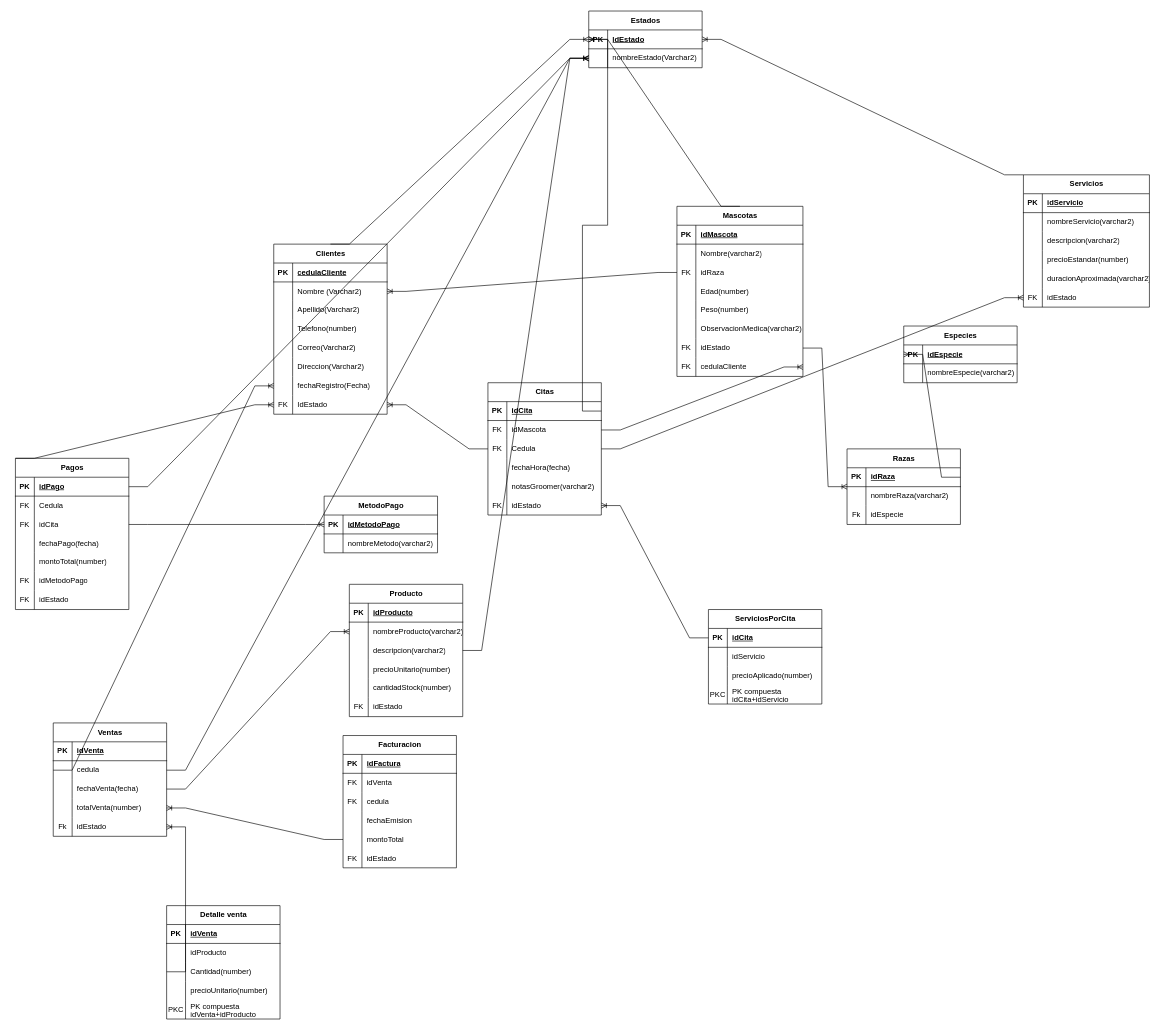
StimpyCR/DrawiIO keeps this draw.io diagram as Diagrama tarea1 L BD.drawio. Above is the earlier version. Source tidied: cells renumbered, new cells numbered last; positions are measured from the earlier drawing's top-left corner, leaving out a move shared by most shapes. Both pictures are drawn from the tidied source at 63%, with x=0, y=0 at pixel (15, 11).
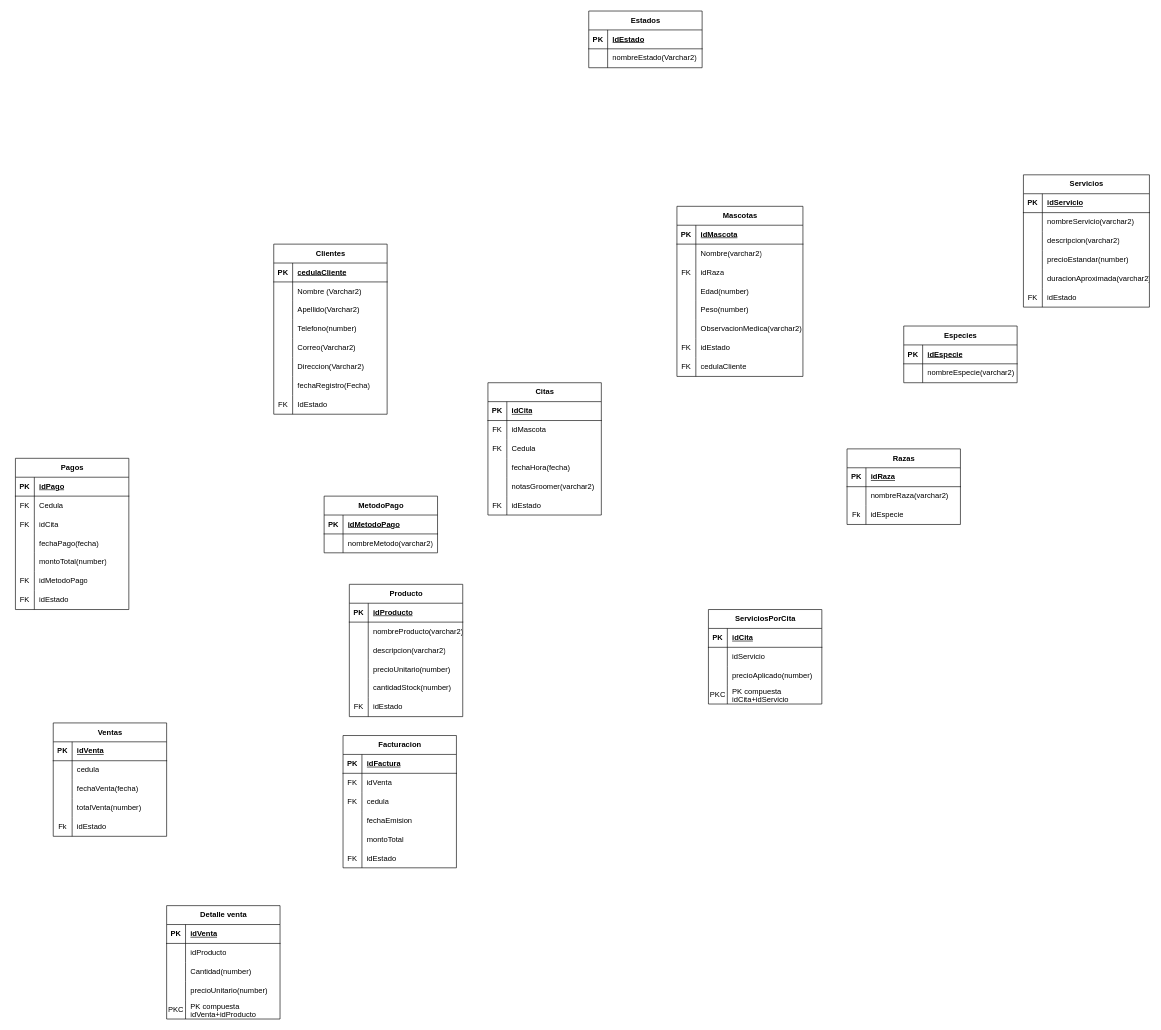
After the change.

Unchanged cells that the change refers to:
```xml
<mxCell id="2" value="Clientes" style="shape=table;startSize=30;childLayout=tableLayout;rowLines=0;fontStyle=1;align=center;html=1;" parent="1" vertex="1">
<mxCell id="6" style="shape=tableRow;horizontal=0;startSize=0;swimlaneHead=0;swimlaneBody=0;fillColor=none;points=[[0,0.5],[1,0.5]];portConstraint=eastwest;top=0;left=0;right=0;bottom=0;" parent="2" vertex="1">
<mxCell id="21" style="shape=tableRow;horizontal=0;startSize=0;swimlaneHead=0;swimlaneBody=0;fillColor=none;points=[[0,0.5],[1,0.5]];portConstraint=eastwest;top=0;left=0;right=0;bottom=0;" parent="2" vertex="1">
<mxCell id="24" style="shape=tableRow;horizontal=0;startSize=0;swimlaneHead=0;swimlaneBody=0;fillColor=none;points=[[0,0.5],[1,0.5]];portConstraint=eastwest;top=0;left=0;right=0;bottom=0;" parent="2" vertex="1">
<mxCell id="28" style="shape=tableRow;horizontal=0;startSize=0;swimlaneHead=0;swimlaneBody=0;fillColor=none;points=[[0,0.5],[1,0.5]];portConstraint=eastwest;top=0;left=0;right=0;bottom=1;" parent="27" vertex="1">
<mxCell id="31" style="shape=tableRow;horizontal=0;startSize=0;swimlaneHead=0;swimlaneBody=0;fillColor=none;points=[[0,0.5],[1,0.5]];portConstraint=eastwest;top=0;left=0;right=0;bottom=0;" parent="27" vertex="1">
<mxCell id="34" value="Razas" style="shape=table;startSize=30;childLayout=tableLayout;rowLines=0;fontStyle=1;align=center;html=1;" parent="1" vertex="1">
<mxCell id="35" style="shape=tableRow;horizontal=0;startSize=0;swimlaneHead=0;swimlaneBody=0;fillColor=none;points=[[0,0.5],[1,0.5]];portConstraint=eastwest;top=0;left=0;right=0;bottom=1;" parent="34" vertex="1">
<mxCell id="45" style="shape=tableRow;horizontal=0;startSize=0;swimlaneHead=0;swimlaneBody=0;fillColor=none;points=[[0,0.5],[1,0.5]];portConstraint=eastwest;top=0;left=0;right=0;bottom=1;" parent="44" vertex="1">
<mxCell id="48" style="shape=tableRow;horizontal=0;startSize=0;swimlaneHead=0;swimlaneBody=0;fillColor=none;points=[[0,0.5],[1,0.5]];portConstraint=eastwest;top=0;left=0;right=0;bottom=0;" parent="44" vertex="1">
<mxCell id="51" style="shape=tableRow;horizontal=0;startSize=0;swimlaneHead=0;swimlaneBody=0;fillColor=none;points=[[0,0.5],[1,0.5]];portConstraint=eastwest;top=0;left=0;right=0;bottom=0;" parent="44" vertex="1">
<mxCell id="60" style="shape=tableRow;horizontal=0;startSize=0;swimlaneHead=0;swimlaneBody=0;fillColor=none;points=[[0,0.5],[1,0.5]];portConstraint=eastwest;top=0;left=0;right=0;bottom=0;" parent="44" vertex="1">
<mxCell id="63" value="Servicios" style="shape=table;startSize=30;childLayout=tableLayout;rowLines=0;fontStyle=1;align=center;html=1;" parent="1" vertex="1">
<mxCell id="79" style="shape=tableRow;horizontal=0;startSize=0;swimlaneHead=0;swimlaneBody=0;fillColor=none;points=[[0,0.5],[1,0.5]];portConstraint=eastwest;top=0;left=0;right=0;bottom=0;" parent="63" vertex="1">
<mxCell id="83" style="shape=tableRow;horizontal=0;startSize=0;swimlaneHead=0;swimlaneBody=0;fillColor=none;points=[[0,0.5],[1,0.5]];portConstraint=eastwest;top=0;left=0;right=0;bottom=1;" parent="82" vertex="1">
<mxCell id="95" value="Pagos" style="shape=table;startSize=30;childLayout=tableLayout;rowLines=0;fontStyle=1;align=center;html=1;" parent="1" vertex="1">
<mxCell id="96" style="shape=tableRow;horizontal=0;startSize=0;swimlaneHead=0;swimlaneBody=0;fillColor=none;points=[[0,0.5],[1,0.5]];portConstraint=eastwest;top=0;left=0;right=0;bottom=1;" parent="95" vertex="1">
<mxCell id="102" style="shape=tableRow;horizontal=0;startSize=0;swimlaneHead=0;swimlaneBody=0;fillColor=none;points=[[0,0.5],[1,0.5]];portConstraint=eastwest;top=0;left=0;right=0;bottom=0;" parent="95" vertex="1">
<mxCell id="118" style="shape=tableRow;horizontal=0;startSize=0;swimlaneHead=0;swimlaneBody=0;fillColor=none;points=[[0,0.5],[1,0.5]];portConstraint=eastwest;top=0;left=0;right=0;bottom=1;" parent="117" vertex="1">
<mxCell id="128" style="shape=tableRow;horizontal=0;startSize=0;swimlaneHead=0;swimlaneBody=0;fillColor=none;points=[[0,0.5],[1,0.5]];portConstraint=eastwest;top=0;left=0;right=0;bottom=0;" parent="124" vertex="1">
<mxCell id="131" style="shape=tableRow;horizontal=0;startSize=0;swimlaneHead=0;swimlaneBody=0;fillColor=none;points=[[0,0.5],[1,0.5]];portConstraint=eastwest;top=0;left=0;right=0;bottom=0;" parent="124" vertex="1">
<mxCell id="147" style="shape=tableRow;horizontal=0;startSize=0;swimlaneHead=0;swimlaneBody=0;fillColor=none;points=[[0,0.5],[1,0.5]];portConstraint=eastwest;top=0;left=0;right=0;bottom=0;" parent="143" vertex="1">
<mxCell id="150" style="shape=tableRow;horizontal=0;startSize=0;swimlaneHead=0;swimlaneBody=0;fillColor=none;points=[[0,0.5],[1,0.5]];portConstraint=eastwest;top=0;left=0;right=0;bottom=0;" parent="143" vertex="1">
<mxCell id="153" style="shape=tableRow;horizontal=0;startSize=0;swimlaneHead=0;swimlaneBody=0;fillColor=none;points=[[0,0.5],[1,0.5]];portConstraint=eastwest;top=0;left=0;right=0;bottom=0;" parent="143" vertex="1">
<mxCell id="156" style="shape=tableRow;horizontal=0;startSize=0;swimlaneHead=0;swimlaneBody=0;fillColor=none;points=[[0,0.5],[1,0.5]];portConstraint=eastwest;top=0;left=0;right=0;bottom=0;" parent="143" vertex="1">
<mxCell id="166" style="shape=tableRow;horizontal=0;startSize=0;swimlaneHead=0;swimlaneBody=0;fillColor=none;points=[[0,0.5],[1,0.5]];portConstraint=eastwest;top=0;left=0;right=0;bottom=0;" parent="159" vertex="1">
<mxCell id="188" style="shape=tableRow;horizontal=0;startSize=0;swimlaneHead=0;swimlaneBody=0;fillColor=none;points=[[0,0.5],[1,0.5]];portConstraint=eastwest;top=0;left=0;right=0;bottom=0;" parent="175" vertex="1">
<mxCell id="195" value="Mascotas" style="shape=table;startSize=30;childLayout=tableLayout;rowLines=0;fontStyle=1;align=center;html=1;" parent="1" vertex="1">
<mxCell id="202" style="shape=tableRow;horizontal=0;startSize=0;swimlaneHead=0;swimlaneBody=0;fillColor=none;points=[[0,0.5],[1,0.5]];portConstraint=eastwest;top=0;left=0;right=0;bottom=0;" parent="195" vertex="1">
<mxCell id="214" style="shape=tableRow;horizontal=0;startSize=0;swimlaneHead=0;swimlaneBody=0;fillColor=none;points=[[0,0.5],[1,0.5]];portConstraint=eastwest;top=0;left=0;right=0;bottom=0;" parent="195" vertex="1">
<mxCell id="217" style="shape=tableRow;horizontal=0;startSize=0;swimlaneHead=0;swimlaneBody=0;fillColor=none;points=[[0,0.5],[1,0.5]];portConstraint=eastwest;top=0;left=0;right=0;bottom=0;" parent="195" vertex="1">
<mxCell id="223" style="shape=tableRow;horizontal=0;startSize=0;swimlaneHead=0;swimlaneBody=0;fillColor=none;points=[[0,0.5],[1,0.5]];portConstraint=eastwest;top=0;left=0;right=0;bottom=1;" parent="222" vertex="1">
```

The edit, as a diff of the source:
```diff
@@
-    <mxCell id="194" style="edgeStyle=entityRelationEdgeStyle;fontSize=12;html=1;endArrow=ERoneToMany;rounded=0;exitX=0.5;exitY=0;exitDx=0;exitDy=0;entryX=0;entryY=0.5;entryDx=0;entryDy=0;" parent="1" edge="1" source="2" target="28">
-      <mxGeometry relative="1" as="geometry" />
-    </mxCell>
@@
-    <mxCell id="220" style="edgeStyle=entityRelationEdgeStyle;fontSize=12;html=1;endArrow=ERoneToMany;rounded=0;exitX=0;exitY=0.5;exitDx=0;exitDy=0;entryX=1;entryY=0.5;entryDx=0;entryDy=0;" parent="1" edge="1" source="202" target="6">
-      <mxGeometry relative="1" as="geometry" />
-    </mxCell>
-    <mxCell id="221" style="edgeStyle=entityRelationEdgeStyle;fontSize=12;html=1;endArrow=ERoneToMany;rounded=0;exitX=1;exitY=0.5;exitDx=0;exitDy=0;entryX=0;entryY=0.5;entryDx=0;entryDy=0;" parent="1" edge="1" source="214" target="34">
-      <mxGeometry relative="1" as="geometry" />
-    </mxCell>
@@
-    <mxCell id="229" style="edgeStyle=entityRelationEdgeStyle;fontSize=12;html=1;endArrow=ERoneToMany;rounded=0;exitX=0.5;exitY=0;exitDx=0;exitDy=0;entryX=0;entryY=0.5;entryDx=0;entryDy=0;" parent="1" edge="1" source="195" target="28">
-      <mxGeometry relative="1" as="geometry" />
-    </mxCell>
-    <mxCell id="230" style="edgeStyle=entityRelationEdgeStyle;fontSize=12;html=1;endArrow=ERoneToMany;rounded=0;exitX=1;exitY=0.5;exitDx=0;exitDy=0;entryX=0;entryY=0.5;entryDx=0;entryDy=0;" parent="1" edge="1" source="35" target="223">
-      <mxGeometry relative="1" as="geometry" />
-    </mxCell>
-    <mxCell id="231" style="edgeStyle=entityRelationEdgeStyle;fontSize=12;html=1;endArrow=ERoneToMany;rounded=0;exitX=1;exitY=0.5;exitDx=0;exitDy=0;entryX=1;entryY=0.5;entryDx=0;entryDy=0;" parent="1" edge="1" source="48" target="217">
-      <mxGeometry relative="1" as="geometry" />
-    </mxCell>
-    <mxCell id="232" style="edgeStyle=entityRelationEdgeStyle;fontSize=12;html=1;endArrow=ERoneToMany;rounded=0;exitX=0;exitY=0.5;exitDx=0;exitDy=0;entryX=1;entryY=0.5;entryDx=0;entryDy=0;" parent="1" edge="1" source="51" target="24">
-      <mxGeometry relative="1" as="geometry" />
-    </mxCell>
-    <mxCell id="233" style="edgeStyle=entityRelationEdgeStyle;fontSize=12;html=1;endArrow=ERoneToMany;rounded=0;exitX=1;exitY=0.5;exitDx=0;exitDy=0;entryX=0;entryY=0.5;entryDx=0;entryDy=0;" parent="1" edge="1" source="45" target="28">
-      <mxGeometry relative="1" as="geometry" />
-    </mxCell>
-    <mxCell id="234" style="edgeStyle=entityRelationEdgeStyle;fontSize=12;html=1;endArrow=ERoneToMany;rounded=0;exitX=0;exitY=0;exitDx=0;exitDy=0;entryX=1;entryY=0.5;entryDx=0;entryDy=0;" parent="1" edge="1" source="63" target="28">
-      <mxGeometry relative="1" as="geometry" />
-    </mxCell>
-    <mxCell id="235" style="edgeStyle=entityRelationEdgeStyle;fontSize=12;html=1;endArrow=ERoneToMany;rounded=0;exitX=0;exitY=0.5;exitDx=0;exitDy=0;entryX=1;entryY=0.5;entryDx=0;entryDy=0;" parent="1" edge="1" source="83" target="60">
-      <mxGeometry relative="1" as="geometry" />
-    </mxCell>
-    <mxCell id="236" style="edgeStyle=entityRelationEdgeStyle;fontSize=12;html=1;endArrow=ERoneToMany;rounded=0;exitX=1;exitY=0.5;exitDx=0;exitDy=0;entryX=0;entryY=0.5;entryDx=0;entryDy=0;" parent="1" edge="1" source="51" target="79">
-      <mxGeometry relative="1" as="geometry" />
-    </mxCell>
-    <mxCell id="237" style="edgeStyle=entityRelationEdgeStyle;fontSize=12;html=1;endArrow=ERoneToMany;rounded=0;exitX=0;exitY=0;exitDx=0;exitDy=0;entryX=0;entryY=0.5;entryDx=0;entryDy=0;" parent="1" edge="1" source="95" target="24">
-      <mxGeometry relative="1" as="geometry" />
-    </mxCell>
-    <mxCell id="238" style="edgeStyle=entityRelationEdgeStyle;fontSize=12;html=1;endArrow=ERoneToMany;rounded=0;exitX=1;exitY=0.5;exitDx=0;exitDy=0;entryX=0;entryY=0.5;entryDx=0;entryDy=0;" parent="1" edge="1" source="102" target="118">
-      <mxGeometry relative="1" as="geometry" />
-    </mxCell>
-    <mxCell id="239" style="edgeStyle=entityRelationEdgeStyle;fontSize=12;html=1;endArrow=ERoneToMany;rounded=0;exitX=1;exitY=0.5;exitDx=0;exitDy=0;entryX=0;entryY=0.5;entryDx=0;entryDy=0;" parent="1" edge="1" source="96" target="31">
-      <mxGeometry relative="1" as="geometry" />
-    </mxCell>
-    <mxCell id="240" style="edgeStyle=entityRelationEdgeStyle;fontSize=12;html=1;endArrow=ERoneToMany;rounded=0;exitX=1;exitY=0.5;exitDx=0;exitDy=0;entryX=0;entryY=0.5;entryDx=0;entryDy=0;" parent="1" edge="1" source="131" target="31">
-      <mxGeometry relative="1" as="geometry" />
-    </mxCell>
-    <mxCell id="241" style="edgeStyle=entityRelationEdgeStyle;fontSize=12;html=1;endArrow=ERoneToMany;rounded=0;exitX=0;exitY=0.5;exitDx=0;exitDy=0;entryX=0;entryY=0.5;entryDx=0;entryDy=0;" parent="1" edge="1" source="147" target="21">
-      <mxGeometry relative="1" as="geometry" />
-    </mxCell>
-    <mxCell id="242" style="edgeStyle=entityRelationEdgeStyle;fontSize=12;html=1;endArrow=ERoneToMany;rounded=0;exitX=1;exitY=0.5;exitDx=0;exitDy=0;entryX=0;entryY=0.5;entryDx=0;entryDy=0;" parent="1" edge="1" source="147" target="31">
-      <mxGeometry relative="1" as="geometry" />
-    </mxCell>
-    <mxCell id="243" style="edgeStyle=entityRelationEdgeStyle;fontSize=12;html=1;endArrow=ERoneToMany;rounded=0;exitX=0;exitY=0.5;exitDx=0;exitDy=0;entryX=1;entryY=0.5;entryDx=0;entryDy=0;" parent="1" edge="1" source="166" target="156">
-      <mxGeometry relative="1" as="geometry" />
-    </mxCell>
-    <mxCell id="244" style="edgeStyle=entityRelationEdgeStyle;fontSize=12;html=1;endArrow=ERoneToMany;rounded=0;exitX=1;exitY=0.5;exitDx=0;exitDy=0;entryX=0;entryY=0.5;entryDx=0;entryDy=0;" parent="1" edge="1" source="150" target="128">
-      <mxGeometry relative="1" as="geometry" />
-    </mxCell>
-    <mxCell id="245" style="edgeStyle=entityRelationEdgeStyle;fontSize=12;html=1;endArrow=ERoneToMany;rounded=0;exitX=0;exitY=0.5;exitDx=0;exitDy=0;entryX=1;entryY=0.5;entryDx=0;entryDy=0;" parent="1" edge="1" source="188" target="153">
-      <mxGeometry relative="1" as="geometry" />
-    </mxCell>
```
